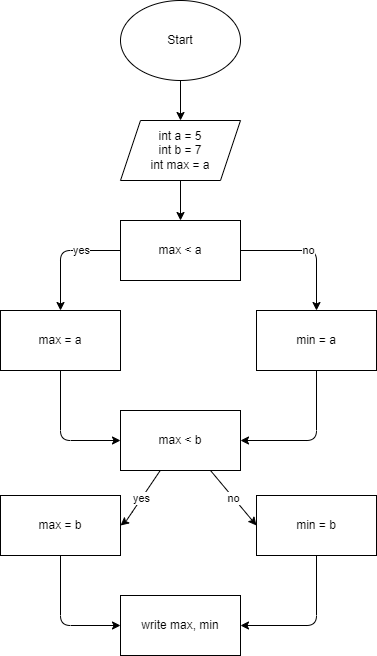
Sosads/Homeworks keeps this draw.io diagram as 1/diagram.drawio.png. Above is the earlier version. Source tidied: cells renumbered, new cells last; positions are measured from the earlier drawing's top-left corner, leaving out a move shared by most shapes.
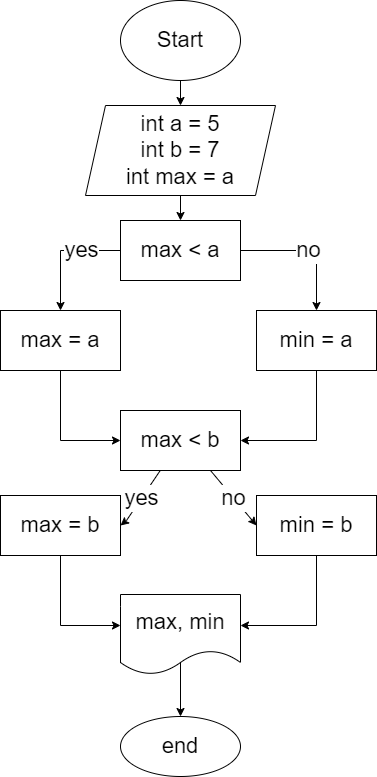
Above is the later version.

Commit message:
Отредактировал задание 1

What changed in the source:
```diff
@@ -2,93 +2,103 @@
   <root>
     <mxCell id="0" />
     <mxCell id="1" parent="0" />
-    <mxCell id="2" style="edgeStyle=none;html=1;" parent="1" edge="1" source="3" target="5">
+    <mxCell id="2" style="edgeStyle=none;html=1;rounded=0;fontSize=22;" parent="1" edge="1" source="3" target="5">
       <mxGeometry relative="1" as="geometry" />
     </mxCell>
-    <mxCell id="3" value="Start" style="ellipse;whiteSpace=wrap;html=1;" parent="1" vertex="1">
+    <mxCell id="3" value="Start" style="ellipse;html=1;rounded=0;whiteSpace=wrap;fontSize=22;" parent="1" vertex="1">
       <mxGeometry x="120" width="120" height="80" as="geometry" />
     </mxCell>
-    <mxCell id="4" style="edgeStyle=none;html=1;" parent="1" edge="1" source="5" target="9">
+    <mxCell id="4" style="edgeStyle=none;html=1;rounded=0;fontSize=22;" parent="1" edge="1" source="5" target="9">
       <mxGeometry relative="1" as="geometry" />
     </mxCell>
-    <mxCell id="5" value="int a = 5&lt;br&gt;int b = 7&lt;br&gt;int max = a" style="shape=parallelogram;perimeter=parallelogramPerimeter;whiteSpace=wrap;html=1;fixedSize=1;" parent="1" vertex="1">
-      <mxGeometry x="120" y="120" width="120" height="60" as="geometry" />
+    <mxCell id="5" value="int a = 5&lt;br style=&quot;font-size: 22px;&quot;&gt;int b = 7&lt;br style=&quot;font-size: 22px;&quot;&gt;int max = a" style="shape=parallelogram;perimeter=parallelogramPerimeter;html=1;fixedSize=1;rounded=0;whiteSpace=wrap;fontSize=22;" parent="1" vertex="1">
+      <mxGeometry x="85" y="105" width="190" height="90" as="geometry" />
     </mxCell>
-    <mxCell id="6" style="edgeStyle=none;html=1;" parent="1" edge="1" source="9" target="11">
+    <mxCell id="6" style="edgeStyle=none;html=1;rounded=0;fontSize=22;" parent="1" edge="1" source="9" target="11">
       <mxGeometry relative="1" as="geometry">
         <Array as="points">
           <mxPoint x="60" y="250" />
         </Array>
       </mxGeometry>
     </mxCell>
-    <mxCell id="7" value="yes" style="edgeLabel;html=1;align=center;verticalAlign=middle;" parent="6" vertex="1">
+    <mxCell id="7" value="yes" style="edgeLabel;html=1;align=center;verticalAlign=middle;rounded=0;fontSize=22;" parent="6" vertex="1">
       <mxGeometry x="-0.34" y="-1" relative="1" as="geometry" />
     </mxCell>
-    <mxCell id="8" value="no" style="edgeStyle=none;html=1;" parent="1" edge="1" source="9" target="13">
+    <mxCell id="8" value="no" style="edgeStyle=none;html=1;rounded=0;fontSize=22;" parent="1" edge="1" source="9" target="13">
       <mxGeometry relative="1" as="geometry">
         <Array as="points">
           <mxPoint x="316" y="250" />
         </Array>
       </mxGeometry>
     </mxCell>
-    <mxCell id="9" value="max &amp;lt; a" style="whiteSpace=wrap;html=1;" parent="1" vertex="1">
+    <mxCell id="9" value="max &amp;lt; a" style="html=1;rounded=0;whiteSpace=wrap;fontSize=22;" parent="1" vertex="1">
       <mxGeometry x="120" y="220" width="120" height="60" as="geometry" />
     </mxCell>
-    <mxCell id="10" style="edgeStyle=none;html=1;entryX=0;entryY=0.5;entryDx=0;entryDy=0;" parent="1" edge="1" source="11" target="16">
+    <mxCell id="10" style="edgeStyle=none;html=1;entryX=0;entryY=0.5;entryDx=0;entryDy=0;rounded=0;fontSize=22;" parent="1" edge="1" source="11" target="16">
       <mxGeometry relative="1" as="geometry">
         <Array as="points">
           <mxPoint x="60" y="440" />
         </Array>
       </mxGeometry>
     </mxCell>
-    <mxCell id="11" value="max = a" style="whiteSpace=wrap;html=1;" parent="1" vertex="1">
+    <mxCell id="11" value="max = a" style="html=1;rounded=0;whiteSpace=wrap;fontSize=22;" parent="1" vertex="1">
       <mxGeometry y="310" width="120" height="60" as="geometry" />
     </mxCell>
-    <mxCell id="12" style="edgeStyle=none;html=1;exitX=0.5;exitY=1;exitDx=0;exitDy=0;entryX=1;entryY=0.5;entryDx=0;entryDy=0;" parent="1" edge="1" source="13" target="16">
+    <mxCell id="12" style="edgeStyle=none;html=1;exitX=0.5;exitY=1;exitDx=0;exitDy=0;entryX=1;entryY=0.5;entryDx=0;entryDy=0;rounded=0;fontSize=22;" parent="1" edge="1" source="13" target="16">
       <mxGeometry relative="1" as="geometry">
         <Array as="points">
           <mxPoint x="316" y="440" />
         </Array>
       </mxGeometry>
     </mxCell>
-    <mxCell id="13" value="min = a" style="whiteSpace=wrap;html=1;" parent="1" vertex="1">
+    <mxCell id="13" value="min = a" style="html=1;rounded=0;whiteSpace=wrap;fontSize=22;" parent="1" vertex="1">
       <mxGeometry x="256" y="310" width="120" height="60" as="geometry" />
     </mxCell>
-    <mxCell id="14" value="yes" style="edgeStyle=none;html=1;entryX=1;entryY=0.5;entryDx=0;entryDy=0;" parent="1" edge="1" source="16" target="18">
+    <mxCell id="14" value="yes" style="edgeStyle=none;html=1;entryX=1;entryY=0.5;entryDx=0;entryDy=0;rounded=0;fontSize=22;" parent="1" edge="1" source="16" target="18">
       <mxGeometry relative="1" as="geometry">
         <Array as="points">
           <mxPoint x="126" y="520" />
         </Array>
       </mxGeometry>
     </mxCell>
-    <mxCell id="15" value="no" style="edgeStyle=none;html=1;exitX=0.75;exitY=1;exitDx=0;exitDy=0;entryX=0;entryY=0.5;entryDx=0;entryDy=0;" parent="1" edge="1" source="16" target="20">
+    <mxCell id="15" value="no" style="edgeStyle=none;html=1;exitX=0.75;exitY=1;exitDx=0;exitDy=0;entryX=0;entryY=0.5;entryDx=0;entryDy=0;rounded=0;fontSize=22;" parent="1" edge="1" source="16" target="20">
       <mxGeometry relative="1" as="geometry" />
     </mxCell>
-    <mxCell id="16" value="max &amp;lt; b" style="rounded=0;whiteSpace=wrap;html=1;" parent="1" vertex="1">
+    <mxCell id="16" value="max &amp;lt; b" style="rounded=0;html=1;whiteSpace=wrap;fontSize=22;" parent="1" vertex="1">
       <mxGeometry x="120" y="410" width="120" height="60" as="geometry" />
     </mxCell>
-    <mxCell id="17" style="edgeStyle=none;html=1;entryX=0;entryY=0.5;entryDx=0;entryDy=0;" parent="1" edge="1" source="18" target="21">
+    <mxCell id="17" style="edgeStyle=none;html=1;entryX=0;entryY=0.5;entryDx=0;entryDy=0;rounded=0;fontSize=22;" parent="1" edge="1" source="18">
       <mxGeometry relative="1" as="geometry">
+        <mxPoint x="120" y="625" as="targetPoint" />
         <Array as="points">
           <mxPoint x="60" y="625" />
         </Array>
       </mxGeometry>
     </mxCell>
-    <mxCell id="18" value="max = b" style="whiteSpace=wrap;html=1;" parent="1" vertex="1">
+    <mxCell id="18" value="max = b" style="html=1;rounded=0;whiteSpace=wrap;fontSize=22;" parent="1" vertex="1">
       <mxGeometry y="495" width="120" height="60" as="geometry" />
     </mxCell>
-    <mxCell id="19" style="edgeStyle=none;html=1;exitX=0.5;exitY=1;exitDx=0;exitDy=0;entryX=1;entryY=0.5;entryDx=0;entryDy=0;" parent="1" edge="1" source="20" target="21">
+    <mxCell id="19" style="edgeStyle=none;html=1;exitX=0.5;exitY=1;exitDx=0;exitDy=0;entryX=1;entryY=0.5;entryDx=0;entryDy=0;rounded=0;fontSize=22;" parent="1" edge="1" source="20">
       <mxGeometry relative="1" as="geometry">
+        <mxPoint x="240" y="625" as="targetPoint" />
         <Array as="points">
           <mxPoint x="316" y="625" />
         </Array>
       </mxGeometry>
     </mxCell>
-    <mxCell id="20" value="min = b" style="whiteSpace=wrap;html=1;" parent="1" vertex="1">
+    <mxCell id="20" value="min = b" style="html=1;rounded=0;whiteSpace=wrap;fontSize=22;" parent="1" vertex="1">
       <mxGeometry x="256" y="495" width="120" height="60" as="geometry" />
     </mxCell>
-    <mxCell id="21" value="write max, min" style="rounded=0;whiteSpace=wrap;html=1;" parent="1" vertex="1">
-      <mxGeometry x="120" y="595" width="120" height="60" as="geometry" />
-    </mxCell>
+    <mxCell id="22" style="edgeStyle=none;html=1;fontSize=22;" parent="1" edge="1" target="23">
+      <mxGeometry relative="1" as="geometry">
+        <mxPoint x="180" y="655" as="sourcePoint" />
+      </mxGeometry>
+    </mxCell>
+    <mxCell id="23" value="end" style="ellipse;html=1;rounded=0;whiteSpace=wrap;fontSize=22;" parent="1" vertex="1">
+      <mxGeometry x="120" y="716" width="120" height="60" as="geometry" />
+    </mxCell>
+    <mxCell id="24" value="&lt;span style=&quot;font-size: 22px;&quot;&gt;max, min&lt;/span&gt;" style="shape=document;html=1;boundedLbl=1;whiteSpace=wrap;fontSize=22;" parent="1" vertex="1">
+      <mxGeometry x="120" y="594" width="120" height="80" as="geometry" />
+    </mxCell>
   </root>
 </mxGraphModel>
```
